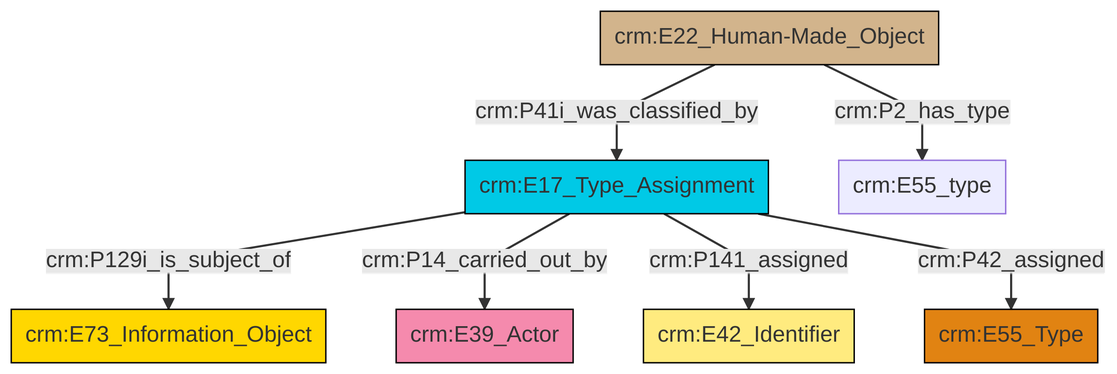
The Mermaid diagram et/builtWorkCSV/ttl/mmd/png/Built_Work_designation_status.png in swiss-art-research-net/docs.swissartresearch, before a commit. Its source is kept beside it as et/builtWorkCSV/ttl/mmd/Built_Work_designation_status.ttl.mmd.
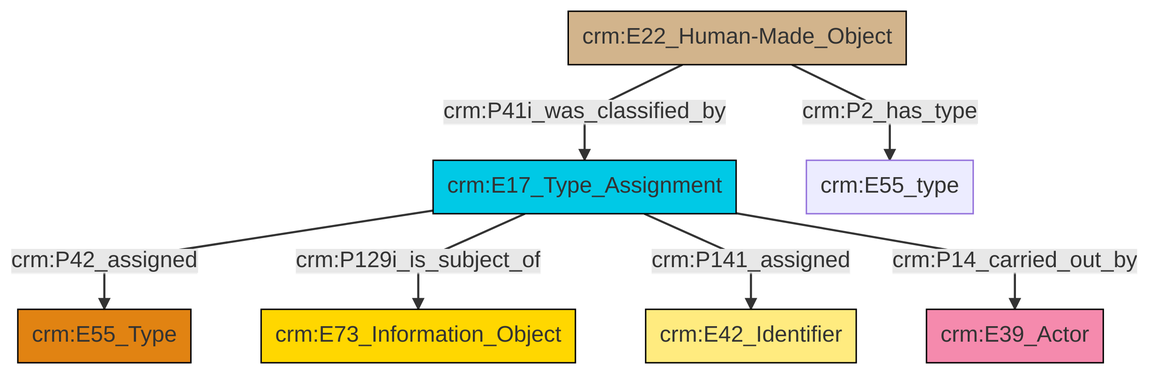
After the change.

Diff of the diagram source:
```diff
@@ -13,9 +13,9 @@
 classDef PC_Classes fill:#4ce600, stroke:#000000;
 classDef Multi fill:#cccccc,stroke:#000000;
 
-4["crm:E22_Human-Made_Object"]:::Physical_Thing -->|crm:P41i_was_classified_by| 6["crm:E17_Type_Assignment"]:::Temporal_Entity
-6["crm:E17_Type_Assignment"]:::Temporal_Entity -->|crm:P129i_is_subject_of| 8["crm:E73_Information_Object"]:::Conceptual_Object
-6["crm:E17_Type_Assignment"]:::Temporal_Entity -->|crm:P14_carried_out_by| 11["crm:E39_Actor"]:::Actor
-6["crm:E17_Type_Assignment"]:::Temporal_Entity -->|crm:P141_assigned| 2["crm:E42_Identifier"]:::Appellation
-6["crm:E17_Type_Assignment"]:::Temporal_Entity -->|crm:P42_assigned| 0["crm:E55_Type"]:::Type
-4["crm:E22_Human-Made_Object"]:::Physical_Thing -->|crm:P2_has_type| 9["crm:E55_type"]:::Default
+8["crm:E22_Human-Made_Object"]:::Physical_Thing -->|crm:P41i_was_classified_by| 4["crm:E17_Type_Assignment"]:::Temporal_Entity
+4["crm:E17_Type_Assignment"]:::Temporal_Entity -->|crm:P42_assigned| 9["crm:E55_Type"]:::Type
+4["crm:E17_Type_Assignment"]:::Temporal_Entity -->|crm:P129i_is_subject_of| 2["crm:E73_Information_Object"]:::Conceptual_Object
+8["crm:E22_Human-Made_Object"]:::Physical_Thing -->|crm:P2_has_type| 11["crm:E55_type"]:::Default
+4["crm:E17_Type_Assignment"]:::Temporal_Entity -->|crm:P141_assigned| 6["crm:E42_Identifier"]:::Appellation
+4["crm:E17_Type_Assignment"]:::Temporal_Entity -->|crm:P14_carried_out_by| 0["crm:E39_Actor"]:::Actor
```
